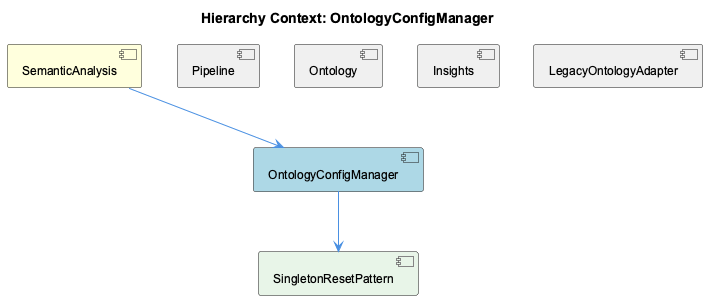
Earlier version of the PlantUML export knowledge-management/insights/images/ontology-config-manager-relationship.png (fwornle/coding). Its diagram source:
```plantuml
@startuml
!include _standard-style.puml

title Hierarchy Context: OntologyConfigManager

[SemanticAnalysis] as semantic_analysis #FFFFDD
[OntologyConfigManager] as ontology_config_manager #LightBlue
[Pipeline] as pipeline #F0F0F0
[Ontology] as ontology #F0F0F0
[Insights] as insights #F0F0F0
[LegacyOntologyAdapter] as legacy_ontology_adapter #F0F0F0
[SingletonResetPattern] as singleton_reset_pattern #E8F5E8

semantic_analysis --> ontology_config_manager
pipeline -[hidden]- ontology_config_manager
ontology -[hidden]- ontology_config_manager
insights -[hidden]- ontology_config_manager
legacy_ontology_adapter -[hidden]- ontology_config_manager
ontology_config_manager --> singleton_reset_pattern

@enduml
```
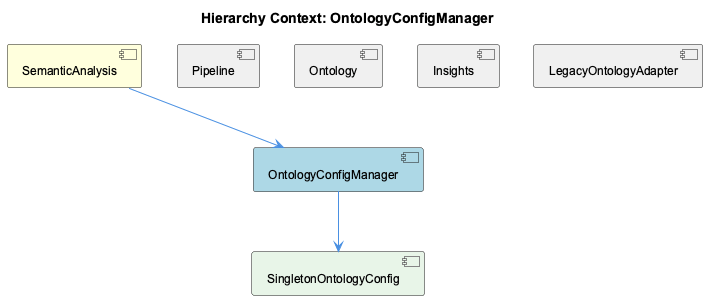
The same diagram one commit later.

Diff of the diagram source:
```diff
@@ -9,13 +9,13 @@
 [Ontology] as ontology #F0F0F0
 [Insights] as insights #F0F0F0
 [LegacyOntologyAdapter] as legacy_ontology_adapter #F0F0F0
-[SingletonResetPattern] as singleton_reset_pattern #E8F5E8
+[SingletonOntologyConfig] as singleton_ontology_config #E8F5E8
 
 semantic_analysis --> ontology_config_manager
 pipeline -[hidden]- ontology_config_manager
 ontology -[hidden]- ontology_config_manager
 insights -[hidden]- ontology_config_manager
 legacy_ontology_adapter -[hidden]- ontology_config_manager
-ontology_config_manager --> singleton_reset_pattern
+ontology_config_manager --> singleton_ontology_config
 
 @enduml
```
